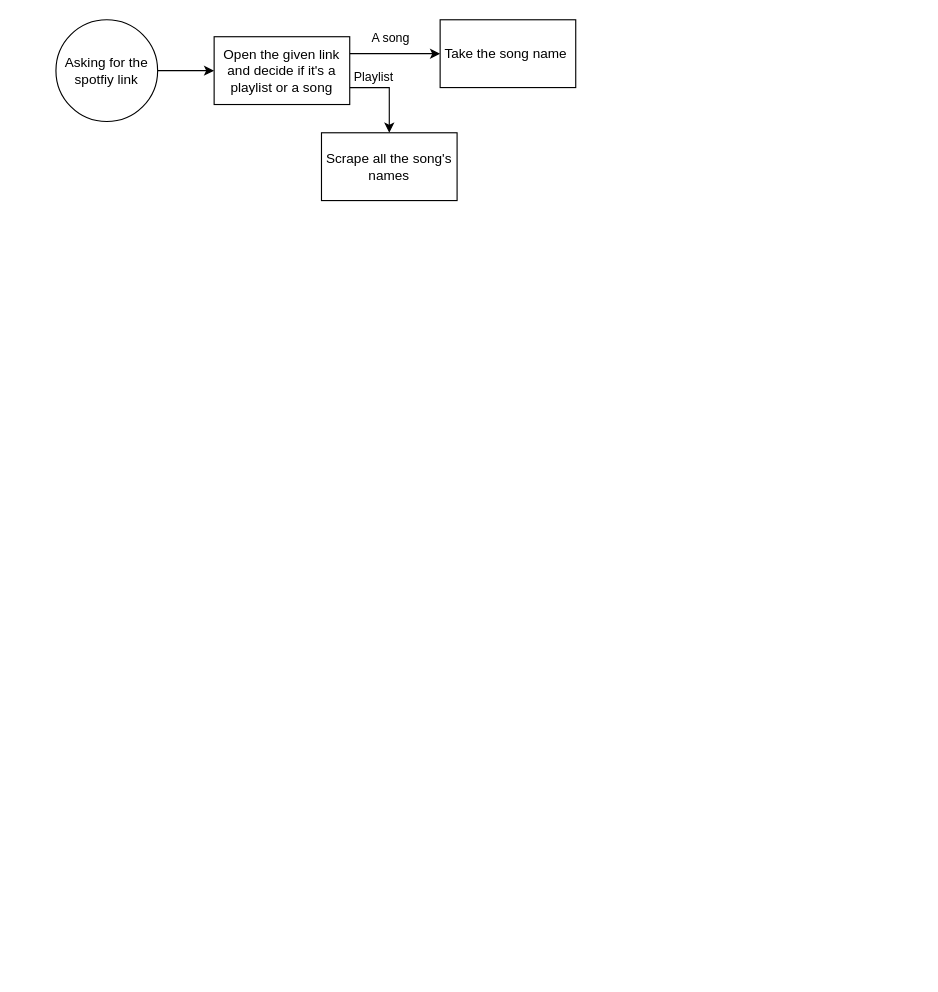
Earlier version of the draw.io diagram Spotify_saver.drawio (YandLim/SpotLoader). Source tidied: cells renumbered, new cells numbered last; positions are measured from the earlier drawing's top-left corner, leaving out a move shared by most shapes. Both pictures are drawn from the tidied source at 113%, with x=0, y=0 at pixel (55, 19).
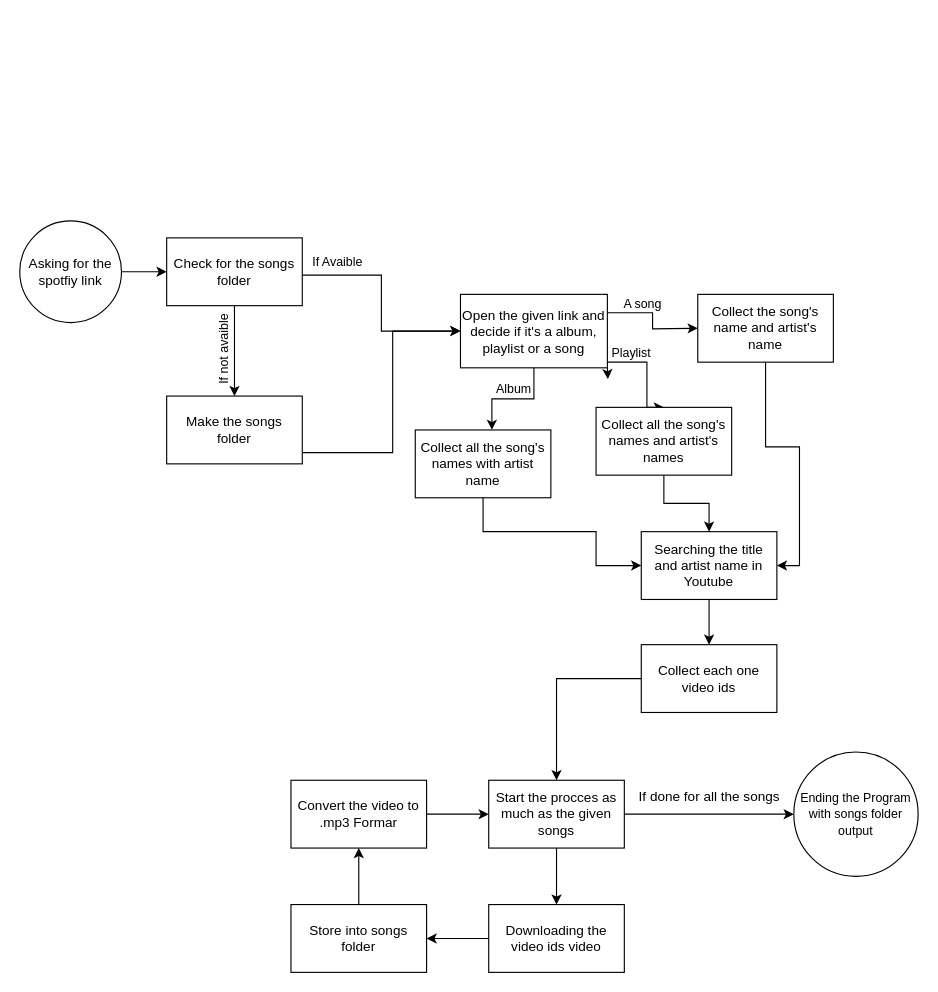
Above is the later version.

Commit message:
Completing the flowchart

The edit, as a diff of the source:
```diff
@@
-    <mxCell id="2" style="edgeStyle=orthogonalEdgeStyle;rounded=0;jettySize=auto;html=1;" parent="1" edge="1" source="3" target="8">
+    <mxCell id="2" style="edgeStyle=orthogonalEdgeStyle;rounded=0;jettySize=auto;html=1;exitX=1.001;exitY=0.55;exitDx=0;exitDy=0;exitPerimeter=0;" parent="1" edge="1" source="26" target="8">
       <mxGeometry relative="1" as="geometry" />
     </mxCell>
+    <mxCell id="11" value="If Avaible" style="edgeLabel;html=1;align=center;verticalAlign=middle;" parent="2" vertex="1">
+      <mxGeometry x="0.13" y="2" relative="1" as="geometry">
+        <mxPoint x="-42" y="-50" as="offset" />
+      </mxGeometry>
+    </mxCell>
+    <mxCell id="12" style="edgeStyle=orthogonalEdgeStyle;rounded=0;jettySize=auto;html=1;" parent="1" edge="1" source="3" target="26">
+      <mxGeometry relative="1" as="geometry" />
+    </mxCell>
     <mxCell id="3" value="Asking for the spotfiy link" style="ellipse;whiteSpace=wrap;html=1;" parent="1" vertex="1">
-      <mxGeometry width="90" height="90" as="geometry" />
+      <mxGeometry x="-32" y="178" width="90" height="90" as="geometry" />
     </mxCell>
     <mxCell id="4" style="edgeStyle=orthogonalEdgeStyle;rounded=0;jettySize=auto;html=1;exitX=1;exitY=0.25;exitDx=0;exitDy=0;" parent="1" edge="1" source="8">
       <mxGeometry relative="1" as="geometry">
-        <mxPoint x="340" y="30" as="targetPoint" />
+        <mxPoint x="568" y="273" as="targetPoint" />
       </mxGeometry>
     </mxCell>
     <mxCell id="5" value="A song" style="edgeLabel;html=1;align=center;verticalAlign=middle;" parent="4" vertex="1">
       <mxGeometry x="-0.14" y="6" relative="1" as="geometry">
-        <mxPoint y="-9" as="offset" />
+        <mxPoint x="-16" y="-9" as="offset" />
       </mxGeometry>
     </mxCell>
     <mxCell id="6" style="edgeStyle=orthogonalEdgeStyle;rounded=0;jettySize=auto;html=1;entryX=0.5;entryY=0;entryDx=0;entryDy=0;" parent="1" edge="1" source="8" target="10">
       <mxGeometry relative="1" as="geometry">
         <Array as="points">
-          <mxPoint x="295" y="60" />
+          <mxPoint x="523" y="303" />
         </Array>
       </mxGeometry>
     </mxCell>
     <mxCell id="7" value="Playlist" style="edgeLabel;html=1;align=center;verticalAlign=middle;" parent="6" vertex="1">
       <mxGeometry x="0.28" y="-3" relative="1" as="geometry">
-        <mxPoint x="-12" y="-23" as="offset" />
+        <mxPoint x="-12" y="-32" as="offset" />
       </mxGeometry>
     </mxCell>
+    <mxCell id="13" style="edgeStyle=orthogonalEdgeStyle;rounded=0;jettySize=auto;html=1;entryX=0.565;entryY=-0.002;entryDx=0;entryDy=0;entryPerimeter=0;" parent="1" edge="1" source="8" target="19">
+      <mxGeometry relative="1" as="geometry" />
+    </mxCell>
+    <mxCell id="14" value="Album" style="edgeLabel;html=1;align=center;verticalAlign=middle;" parent="13" vertex="1">
+      <mxGeometry x="-0.08" y="-4" relative="1" as="geometry">
+        <mxPoint x="-4" y="-5" as="offset" />
+      </mxGeometry>
+    </mxCell>
+    <mxCell id="15" style="edgeStyle=orthogonalEdgeStyle;rounded=0;jettySize=auto;html=1;exitX=1;exitY=1;exitDx=0;exitDy=0;" parent="1" edge="1" source="8">
+      <mxGeometry relative="1" as="geometry">
+        <mxPoint x="488.5" y="318" as="targetPoint" />
+      </mxGeometry>
+    </mxCell>
-    <mxCell id="8" value="Open the given link and decide if it's a playlist or a song" style="whiteSpace=wrap;html=1;" parent="1" vertex="1">
-      <mxGeometry x="140" y="15" width="120" height="60" as="geometry" />
+    <mxCell id="8" value="Open the given link and decide if it's a album, playlist or a song" style="whiteSpace=wrap;html=1;" parent="1" vertex="1">
+      <mxGeometry x="358" y="243" width="130" height="65" as="geometry" />
     </mxCell>
+    <mxCell id="16" style="edgeStyle=orthogonalEdgeStyle;rounded=0;jettySize=auto;html=1;entryX=1;entryY=0.5;entryDx=0;entryDy=0;" parent="1" edge="1" source="9" target="21">
+      <mxGeometry relative="1" as="geometry" />
+    </mxCell>
-    <mxCell id="9" value="Take the song name&amp;nbsp;" style="whiteSpace=wrap;html=1;" parent="1" vertex="1">
-      <mxGeometry x="340" width="120" height="60" as="geometry" />
+    <mxCell id="9" value="Collect the song's name and artist's name" style="whiteSpace=wrap;html=1;" parent="1" vertex="1">
+      <mxGeometry x="568" y="243" width="120" height="60" as="geometry" />
     </mxCell>
+    <mxCell id="17" style="edgeStyle=orthogonalEdgeStyle;rounded=0;jettySize=auto;html=1;entryX=0.5;entryY=0;entryDx=0;entryDy=0;" parent="1" edge="1" source="10" target="21">
+      <mxGeometry relative="1" as="geometry" />
+    </mxCell>
-    <mxCell id="10" value="Scrape all the song's names" style="whiteSpace=wrap;html=1;" parent="1" vertex="1">
-      <mxGeometry x="235" y="100" width="120" height="60" as="geometry" />
+    <mxCell id="10" value="Collect all the song's names and artist's names" style="whiteSpace=wrap;html=1;" parent="1" vertex="1">
+      <mxGeometry x="478" y="343" width="120" height="60" as="geometry" />
     </mxCell>
+    <mxCell id="18" style="edgeStyle=orthogonalEdgeStyle;rounded=0;jettySize=auto;html=1;entryX=0;entryY=0.5;entryDx=0;entryDy=0;" parent="1" edge="1" source="19" target="21">
+      <mxGeometry relative="1" as="geometry">
+        <Array as="points">
+          <mxPoint x="378" y="453" />
+          <mxPoint x="478" y="453" />
+          <mxPoint x="478" y="483" />
+        </Array>
+      </mxGeometry>
+    </mxCell>
+    <mxCell id="19" value="Collect all the song's names with artist name" style="whiteSpace=wrap;html=1;" parent="1" vertex="1">
+      <mxGeometry x="318" y="363" width="120" height="60" as="geometry" />
+    </mxCell>
+    <mxCell id="20" style="edgeStyle=orthogonalEdgeStyle;rounded=0;jettySize=auto;html=1;" parent="1" edge="1" source="21" target="23">
+      <mxGeometry relative="1" as="geometry" />
+    </mxCell>
+    <mxCell id="21" value="Searching the title and artist name in Youtube" style="whiteSpace=wrap;html=1;" parent="1" vertex="1">
+      <mxGeometry x="518" y="453" width="120" height="60" as="geometry" />
+    </mxCell>
+    <mxCell id="22" style="edgeStyle=orthogonalEdgeStyle;rounded=0;jettySize=auto;html=1;" parent="1" edge="1" source="23" target="31">
+      <mxGeometry relative="1" as="geometry" />
+    </mxCell>
+    <mxCell id="23" value="Collect each one video ids" style="whiteSpace=wrap;html=1;" parent="1" vertex="1">
+      <mxGeometry x="518" y="553" width="120" height="60" as="geometry" />
+    </mxCell>
+    <mxCell id="24" style="edgeStyle=orthogonalEdgeStyle;rounded=0;jettySize=auto;html=1;" parent="1" edge="1" source="26" target="28">
+      <mxGeometry relative="1" as="geometry" />
+    </mxCell>
+    <mxCell id="25" value="If not avaible" style="edgeLabel;html=1;align=center;verticalAlign=middle;rotation=-90;" parent="24" vertex="1">
+      <mxGeometry x="0.04" y="-5" relative="1" as="geometry">
+        <mxPoint x="-5" y="-2" as="offset" />
+      </mxGeometry>
+    </mxCell>
+    <mxCell id="26" value="Check for the songs folder" style="whiteSpace=wrap;html=1;" parent="1" vertex="1">
+      <mxGeometry x="98" y="193" width="120" height="60" as="geometry" />
+    </mxCell>
+    <mxCell id="27" style="edgeStyle=orthogonalEdgeStyle;rounded=0;jettySize=auto;html=1;entryX=0;entryY=0.5;entryDx=0;entryDy=0;" parent="1" edge="1" source="28" target="8">
+      <mxGeometry relative="1" as="geometry">
+        <Array as="points">
+          <mxPoint x="298" y="383" />
+          <mxPoint x="298" y="276" />
+        </Array>
+      </mxGeometry>
+    </mxCell>
+    <mxCell id="28" value="Make the songs folder" style="whiteSpace=wrap;html=1;" parent="1" vertex="1">
+      <mxGeometry x="98" y="333" width="120" height="60" as="geometry" />
+    </mxCell>
+    <mxCell id="29" style="edgeStyle=orthogonalEdgeStyle;rounded=0;jettySize=auto;html=1;" parent="1" edge="1" source="31" target="33">
+      <mxGeometry relative="1" as="geometry" />
+    </mxCell>
+    <mxCell id="30" style="edgeStyle=orthogonalEdgeStyle;rounded=0;jettySize=auto;html=1;" parent="1" edge="1" source="31" target="38">
+      <mxGeometry relative="1" as="geometry" />
+    </mxCell>
+    <mxCell id="31" value="Start the procces as much as the given songs" style="whiteSpace=wrap;html=1;" parent="1" vertex="1">
+      <mxGeometry x="383" y="673" width="120" height="60" as="geometry" />
+    </mxCell>
+    <mxCell id="32" style="edgeStyle=orthogonalEdgeStyle;rounded=0;jettySize=auto;html=1;" parent="1" edge="1" source="33" target="35">
+      <mxGeometry relative="1" as="geometry" />
+    </mxCell>
+    <mxCell id="33" value="Downloading the video ids video" style="whiteSpace=wrap;html=1;" parent="1" vertex="1">
+      <mxGeometry x="383" y="783" width="120" height="60" as="geometry" />
+    </mxCell>
+    <mxCell id="34" style="edgeStyle=orthogonalEdgeStyle;rounded=0;jettySize=auto;html=1;" parent="1" edge="1" source="35" target="37">
+      <mxGeometry relative="1" as="geometry" />
+    </mxCell>
+    <mxCell id="35" value="Store into songs folder" style="whiteSpace=wrap;html=1;" parent="1" vertex="1">
+      <mxGeometry x="208" y="783" width="120" height="60" as="geometry" />
+    </mxCell>
+    <mxCell id="36" style="edgeStyle=orthogonalEdgeStyle;rounded=0;jettySize=auto;html=1;" parent="1" edge="1" source="37" target="31">
+      <mxGeometry relative="1" as="geometry" />
+    </mxCell>
+    <mxCell id="37" value="Convert the video to .mp3 Formar" style="whiteSpace=wrap;html=1;" parent="1" vertex="1">
+      <mxGeometry x="208" y="673" width="120" height="60" as="geometry" />
+    </mxCell>
+    <mxCell id="38" value="&lt;font style=&quot;font-size: 11px;&quot;&gt;Ending the Program with songs folder output&lt;/font&gt;" style="ellipse;whiteSpace=wrap;html=1;" parent="1" vertex="1">
+      <mxGeometry x="653" y="648" width="110" height="110" as="geometry" />
+    </mxCell>
+    <mxCell id="39" value="If done for all the songs" style="text;html=1;align=center;verticalAlign=middle;strokeColor=none;fillColor=none;" parent="1" vertex="1">
+      <mxGeometry x="503" y="673" width="150" height="30" as="geometry" />
+    </mxCell>
```
